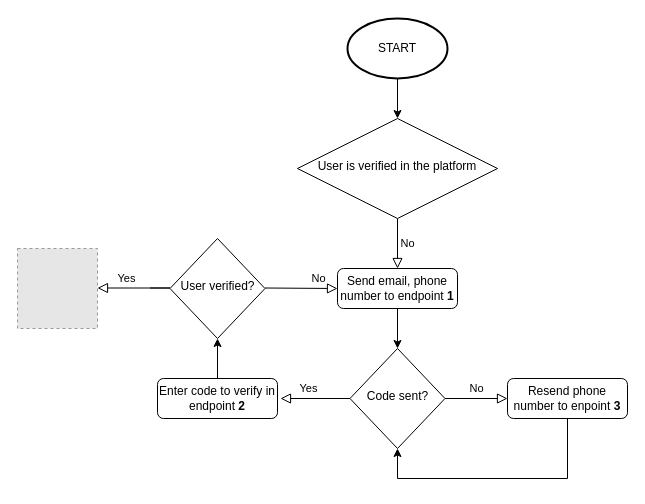
The draw.io diagram Untitled Diagram.drawio in gabmichdev/coding_challenge, before the edit. Source tidied: cells renumbered, new cells numbered last; positions are measured from the earlier drawing's top-left corner, leaving out a move shared by most shapes. Both pictures are drawn from the tidied source at 100%, with x=0, y=0 at pixel (17, 18). Pictures stored in the file or linked from it are replaced by grey dashed boxes.
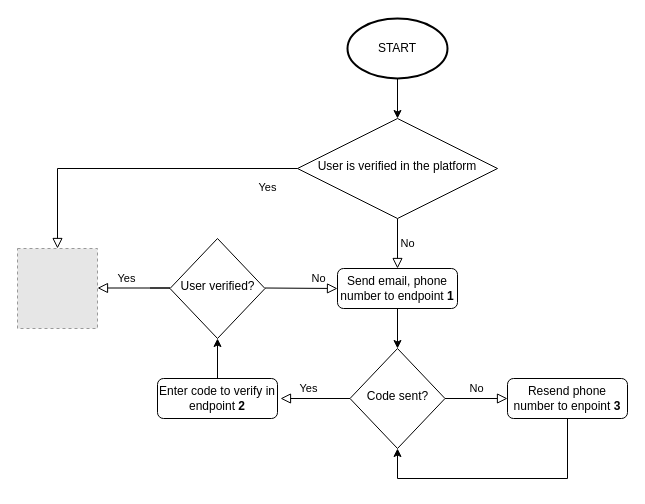
Above is the later version.

Commit message:
Added route to finished if user is already verified

Unchanged cells that the change refers to:
```xml
<mxCell id="3" value="User is verified in the platform" style="rhombus;whiteSpace=wrap;html=1;shadow=0;fontFamily=Helvetica;fontSize=12;align=center;strokeWidth=1;spacing=6;spacingTop=-4;" parent="1" vertex="1">
  <mxGeometry x="280" y="100" width="200" height="100" as="geometry" />
</mxCell>
<mxCell id="18" style="fillColor=#E6E6E6;strokeColor=#999999;dashed=1;html=1;verticalAlign=top;verticalLabelPosition=bottom;labelBackgroundColor=#ffffff;" parent="1" vertex="1">
  <mxGeometry y="230" width="80" height="80" as="geometry" />
</mxCell>
```

What changed in the source:
```diff
@@
+    <mxCell id="19" value="Yes" style="edgeStyle=orthogonalEdgeStyle;rounded=0;html=1;jettySize=auto;fontSize=11;endArrow=block;endFill=0;endSize=8;strokeWidth=1;shadow=0;labelBackgroundColor=none;entryX=0.5;entryY=0;entryDx=0;entryDy=0;exitX=0;exitY=0.5;exitDx=0;exitDy=0;" parent="1" edge="1" source="3" target="18">
+      <mxGeometry x="0.62" y="210" relative="1" as="geometry" />
+    </mxCell>
```
